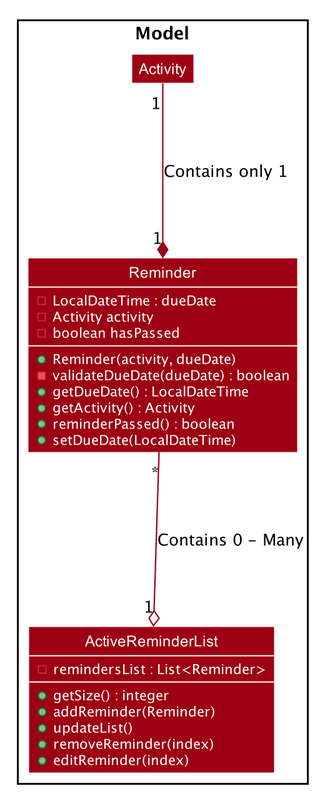
This is images/AddReminderClassDiagram.png from AY1920S2-CS2103T-T10-4/addressbook-level3, a PlantUML export, as it was before one commit.
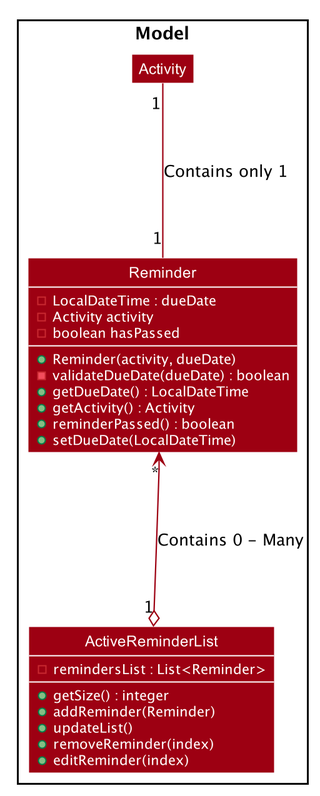
Later version of the same file.

The edit, as a diff of the source:
```diff
@@ -54,7 +54,6 @@
 
 show attributes
 show methods
-
 hide empty members
 
 package Model {
@@ -78,7 +77,7 @@
         + removeReminder(index)
         + editReminder(index)
     }
-Reminder "*" -up-o "1" ActiveReminderList : Contains 0 - Many
-Activity "1" --* "1" Reminder : Contains only 1
+Reminder "*" <--o "1" ActiveReminderList : Contains 0 - Many
+Activity "1" -- "1" Reminder : Contains only 1
 }
 @enduml
```
